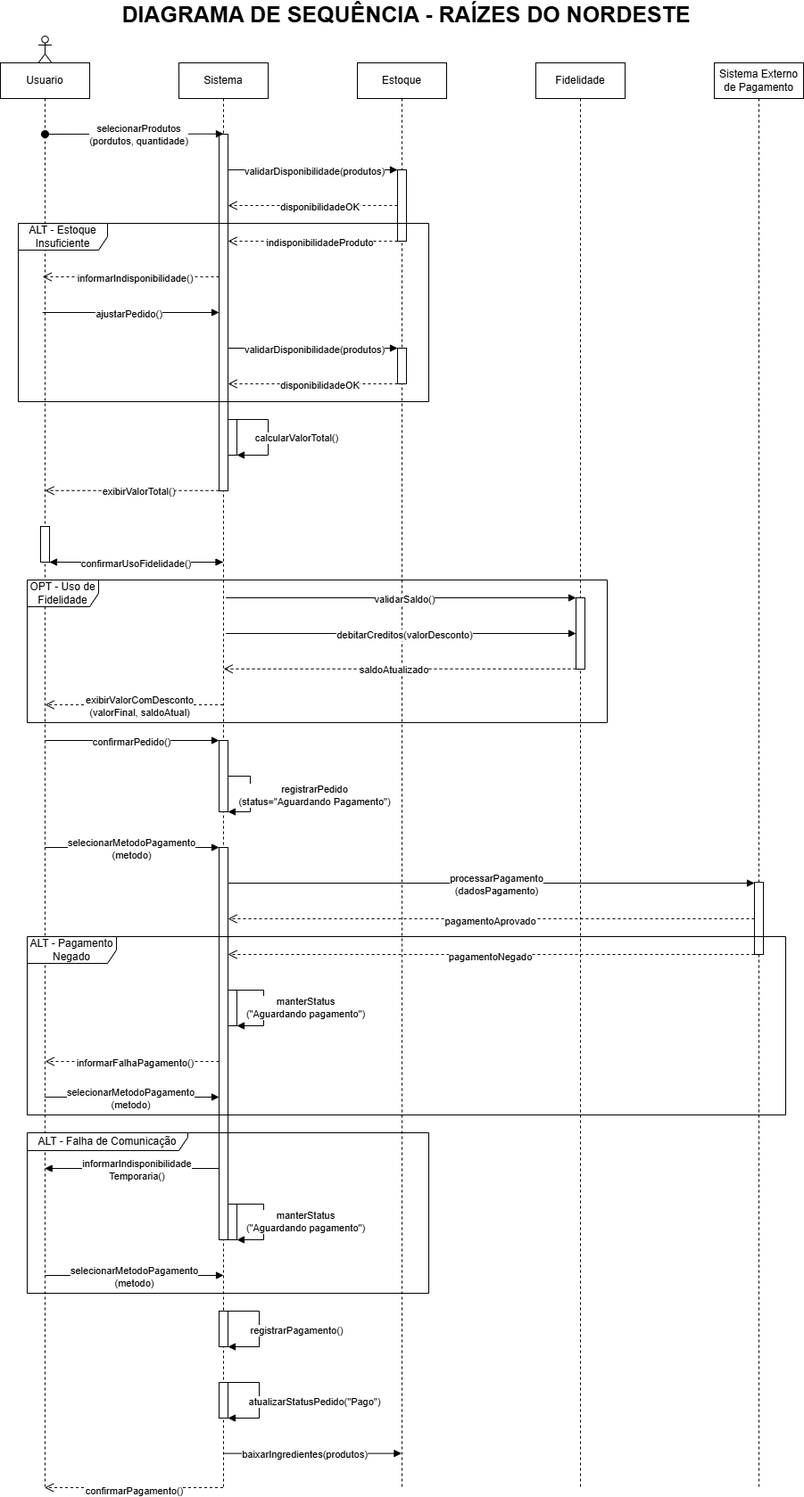
Above: docs/diagramas/Diagrama de Sequencia.png in Carlinha1112/RaizesDoNordeste-Backend (draw.io), before the change. Source tidied: cells renumbered, new cells last; positions are measured from the earlier drawing's top-left corner, leaving out a move shared by most shapes.
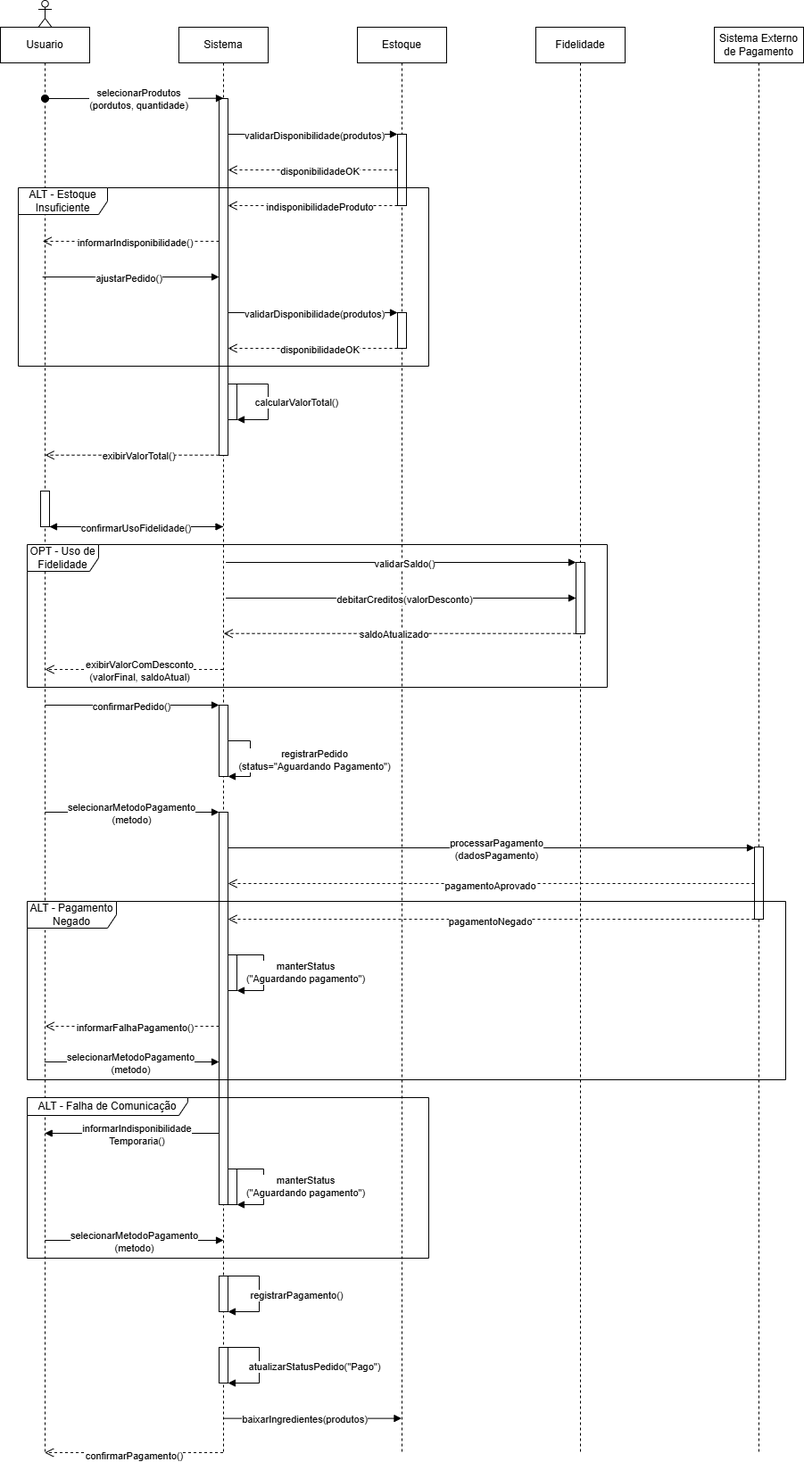
After the commit.

The edit, as a diff of the source:
```diff
@@ -455,8 +455,5 @@
         <mxPoint x="12" y="1" as="offset" />
       </mxGeometry>
     </mxCell>
-    <mxCell id="89" value="&lt;font style=&quot;font-size: 25px;&quot;&gt;&lt;b&gt;DIAGRAMA DE SEQUÊNCIA - RAÍZES DO NORDESTE&lt;/b&gt;&lt;/font&gt;" style="text;html=1;whiteSpace=wrap;strokeColor=none;fillColor=none;align=center;verticalAlign=middle;rounded=0;" parent="1" vertex="1">
-      <mxGeometry x="130" width="650" height="30" as="geometry" />
-    </mxCell>
   </root>
 </mxGraphModel>
```
